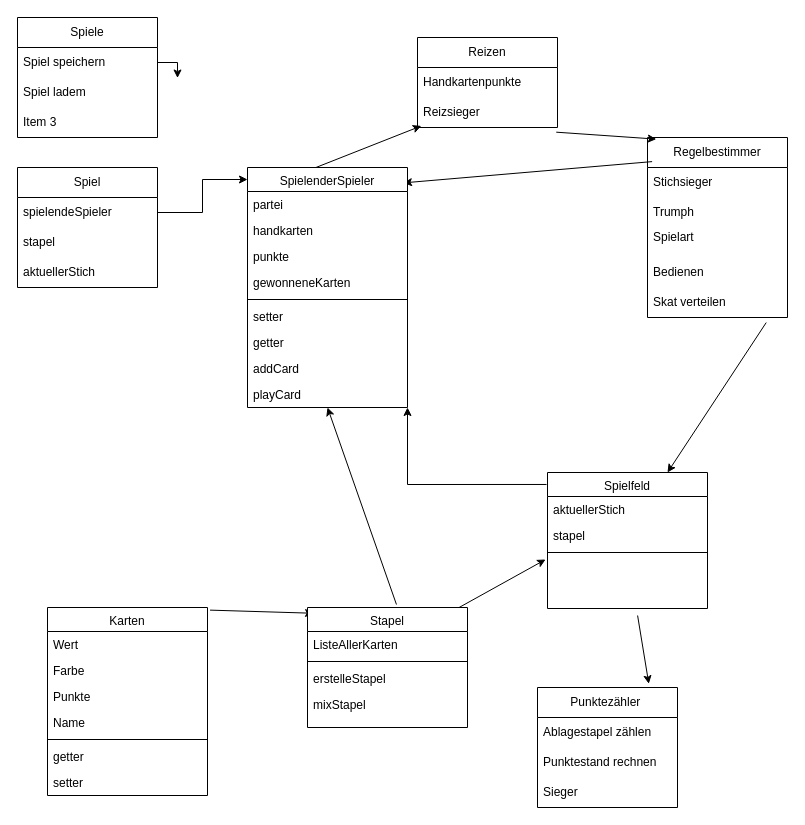
stefreschke/hwr-oop-project-template keeps this draw.io diagram as Struktur.drawio. Above is the earlier version. Source tidied: cells renumbered, new cells numbered last; positions are measured from the earlier drawing's top-left corner, leaving out a move shared by most shapes. Both pictures are drawn from the tidied source at 100%, with x=0, y=0 at pixel (17, 17).
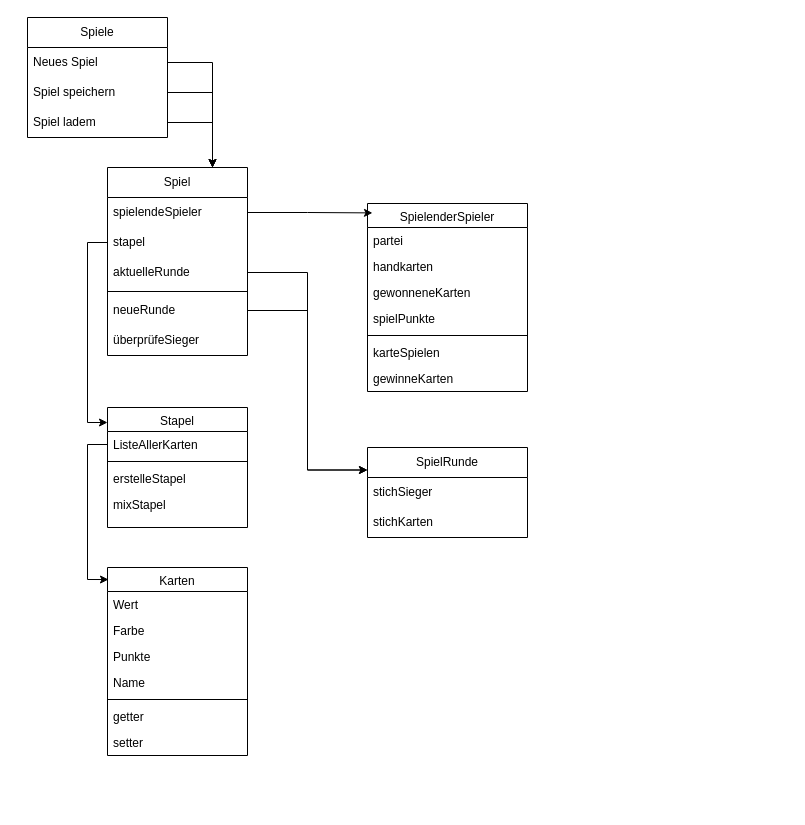
After the change.

Commit message:
Neu Organisiert, ins Deutsche übersetzt

The change refers to these unchanged cells:
```xml
<mxCell id="57" value="&lt;div&gt;spielendeSpieler&lt;/div&gt;" style="text;strokeColor=none;fillColor=none;align=left;verticalAlign=middle;spacingLeft=4;spacingRight=4;overflow=hidden;points=[[0,0.5],[1,0.5]];portConstraint=eastwest;whiteSpace=wrap;html=1;" parent="56" vertex="1">
  <mxGeometry y="30" width="140" height="30" as="geometry" />
</mxCell>
<mxCell id="58" value="stapel" style="text;strokeColor=none;fillColor=none;align=left;verticalAlign=middle;spacingLeft=4;spacingRight=4;overflow=hidden;points=[[0,0.5],[1,0.5]];portConstraint=eastwest;whiteSpace=wrap;html=1;" parent="56" vertex="1">
  <mxGeometry y="60" width="140" height="30" as="geometry" />
</mxCell>
```

Diff of the diagram source:
```diff
@@
     <mxCell id="2" value="Karten" style="swimlane;fontStyle=0;align=center;verticalAlign=top;horizontal=1;startSize=24;rounded=0;shadow=0;strokeWidth=1;" parent="1" vertex="1">
-      <mxGeometry x="30" y="590" width="160" height="188" as="geometry" />
+      <mxGeometry x="90" y="550" width="140" height="188" as="geometry" />
     </mxCell>
     <mxCell id="3" value="Wert" style="text;align=left;verticalAlign=top;spacingLeft=4;spacingRight=4;overflow=hidden;" parent="2" vertex="1">
-      <mxGeometry y="24" width="160" height="26" as="geometry" />
+      <mxGeometry y="24" width="140" height="26" as="geometry" />
     </mxCell>
     <mxCell id="4" value="Farbe" style="text;align=left;verticalAlign=top;spacingLeft=4;spacingRight=4;overflow=hidden;rounded=0;shadow=0;html=0;" parent="2" vertex="1">
-      <mxGeometry y="50" width="160" height="26" as="geometry" />
+      <mxGeometry y="50" width="140" height="26" as="geometry" />
     </mxCell>
     <mxCell id="5" value="Punkte" style="text;align=left;verticalAlign=top;spacingLeft=4;spacingRight=4;overflow=hidden;rounded=0;shadow=0;html=0;" parent="2" vertex="1">
-      <mxGeometry y="76" width="160" height="26" as="geometry" />
+      <mxGeometry y="76" width="140" height="26" as="geometry" />
     </mxCell>
     <mxCell id="6" value="Name" style="text;align=left;verticalAlign=top;spacingLeft=4;spacingRight=4;overflow=hidden;rounded=0;shadow=0;html=0;" parent="2" vertex="1">
-      <mxGeometry y="102" width="160" height="26" as="geometry" />
+      <mxGeometry y="102" width="140" height="26" as="geometry" />
     </mxCell>
     <mxCell id="7" style="line;html=1;strokeWidth=1;align=left;verticalAlign=middle;spacingTop=-1;spacingLeft=3;spacingRight=3;labelPosition=right;" parent="2" vertex="1">
-      <mxGeometry y="128" width="160" height="8" as="geometry" />
+      <mxGeometry y="128" width="140" height="8" as="geometry" />
     </mxCell>
     <mxCell id="8" value="getter" style="text;align=left;verticalAlign=top;spacingLeft=4;spacingRight=4;overflow=hidden;" parent="2" vertex="1">
-      <mxGeometry y="136" width="160" height="26" as="geometry" />
+      <mxGeometry y="136" width="140" height="26" as="geometry" />
     </mxCell>
     <mxCell id="9" value="setter" style="text;align=left;verticalAlign=top;spacingLeft=4;spacingRight=4;overflow=hidden;" parent="2" vertex="1">
-      <mxGeometry y="162" width="160" height="26" as="geometry" />
+      <mxGeometry y="162" width="140" height="26" as="geometry" />
     </mxCell>
-    <mxCell id="10" style="edgeStyle=orthogonalEdgeStyle;rounded=0;jettySize=auto;html=1;entryX=1;entryY=1;entryDx=0;entryDy=0;exitX=-0.006;exitY=0.088;exitDx=0;exitDy=0;exitPerimeter=0;" parent="1" edge="1" source="52" target="42">
-      <mxGeometry relative="1" as="geometry" />
-    </mxCell>
-    <mxCell id="11" value="Punktezähler&amp;nbsp;" style="swimlane;fontStyle=0;horizontal=1;startSize=30;whiteSpace=wrap;html=1;" parent="1" vertex="1">
-      <mxGeometry x="520" y="670" width="140" height="120" as="geometry" />
-    </mxCell>
-    <mxCell id="12" value="Ablagestapel zählen" style="text;strokeColor=none;fillColor=none;align=left;verticalAlign=middle;spacingLeft=4;spacingRight=4;overflow=hidden;whiteSpace=wrap;html=1;" parent="11" vertex="1">
-      <mxGeometry y="30" width="140" height="30" as="geometry" />
-    </mxCell>
-    <mxCell id="13" value="Punktestand rechnen" style="text;strokeColor=none;fillColor=none;align=left;verticalAlign=middle;spacingLeft=4;spacingRight=4;overflow=hidden;whiteSpace=wrap;html=1;" parent="11" vertex="1">
-      <mxGeometry y="60" width="140" height="30" as="geometry" />
-    </mxCell>
-    <mxCell id="14" value="Sieger" style="text;strokeColor=none;fillColor=none;align=left;verticalAlign=middle;spacingLeft=4;spacingRight=4;overflow=hidden;whiteSpace=wrap;html=1;" parent="11" vertex="1">
-      <mxGeometry y="90" width="140" height="30" as="geometry" />
-    </mxCell>
-    <mxCell id="15" value="Regelbestimmer" style="swimlane;fontStyle=0;horizontal=1;startSize=30;whiteSpace=wrap;html=1;" parent="1" vertex="1">
-      <mxGeometry x="630" y="120" width="140" height="180" as="geometry" />
-    </mxCell>
-    <mxCell id="16" value="Stichsieger" style="text;strokeColor=none;fillColor=none;align=left;verticalAlign=middle;spacingLeft=4;spacingRight=4;overflow=hidden;whiteSpace=wrap;html=1;" parent="15" vertex="1">
-      <mxGeometry y="30" width="140" height="30" as="geometry" />
-    </mxCell>
-    <mxCell id="17" value="Trumph" style="text;strokeColor=none;fillColor=none;align=left;verticalAlign=middle;spacingLeft=4;spacingRight=4;overflow=hidden;whiteSpace=wrap;html=1;" parent="15" vertex="1">
-      <mxGeometry y="60" width="140" height="30" as="geometry" />
-    </mxCell>
-    <mxCell id="18" value="Spielart&lt;div&gt;&lt;br&gt;&lt;/div&gt;" style="text;strokeColor=none;fillColor=none;align=left;verticalAlign=middle;spacingLeft=4;spacingRight=4;overflow=hidden;whiteSpace=wrap;html=1;" parent="15" vertex="1">
-      <mxGeometry y="90" width="140" height="30" as="geometry" />
-    </mxCell>
-    <mxCell id="19" value="Bedienen" style="text;strokeColor=none;fillColor=none;align=left;verticalAlign=middle;spacingLeft=4;spacingRight=4;overflow=hidden;whiteSpace=wrap;html=1;" parent="15" vertex="1">
-      <mxGeometry y="120" width="140" height="30" as="geometry" />
-    </mxCell>
-    <mxCell id="20" value="Skat verteilen" style="text;strokeColor=none;fillColor=none;align=left;verticalAlign=middle;spacingLeft=4;spacingRight=4;overflow=hidden;points=[[0,0.5],[1,0.5]];portConstraint=eastwest;whiteSpace=wrap;html=1;" parent="15" vertex="1">
-      <mxGeometry y="150" width="140" height="30" as="geometry" />
-    </mxCell>
-    <mxCell id="21" value="Reizen" style="swimlane;fontStyle=0;horizontal=1;startSize=30;whiteSpace=wrap;html=1;" parent="1" vertex="1">
-      <mxGeometry x="400" y="20" width="140" height="90" as="geometry" />
-    </mxCell>
-    <mxCell id="22" value="Handkartenpunkte" style="text;strokeColor=none;fillColor=none;align=left;verticalAlign=middle;spacingLeft=4;spacingRight=4;overflow=hidden;whiteSpace=wrap;html=1;" parent="21" vertex="1">
-      <mxGeometry y="30" width="140" height="30" as="geometry" />
-    </mxCell>
-    <mxCell id="23" value="Reizsieger" style="text;strokeColor=none;fillColor=none;align=left;verticalAlign=middle;spacingLeft=4;spacingRight=4;overflow=hidden;points=[[0,0.5],[1,0.5]];portConstraint=eastwest;whiteSpace=wrap;html=1;" parent="21" vertex="1">
-      <mxGeometry y="60" width="140" height="30" as="geometry" />
-    </mxCell>
-    <mxCell id="24" style="endArrow=classic;html=1;rounded=0;exitX=1.016;exitY=0.014;exitDx=0;exitDy=0;exitPerimeter=0;entryX=0.038;entryY=0.048;entryDx=0;entryDy=0;entryPerimeter=0;" parent="1" edge="1" source="2" target="37">
-      <mxGeometry relative="1" as="geometry" />
-    </mxCell>
-    <mxCell id="25" style="endArrow=classic;html=1;rounded=0;exitX=0.556;exitY=-0.025;exitDx=0;exitDy=0;exitPerimeter=0;entryX=0.5;entryY=1;entryDx=0;entryDy=0;" parent="1" edge="1" source="37" target="42">
-      <mxGeometry relative="1" as="geometry" />
-    </mxCell>
-    <mxCell id="26" style="endArrow=classic;html=1;rounded=0;exitX=0.869;exitY=0.058;exitDx=0;exitDy=0;exitPerimeter=0;entryX=-0.012;entryY=0.115;entryDx=0;entryDy=0;entryPerimeter=0;" parent="1" edge="1" source="37">
-      <mxGeometry relative="1" as="geometry">
-        <mxPoint x="528.1" y="542" as="targetPoint" />
-      </mxGeometry>
-    </mxCell>
-    <mxCell id="27" style="endArrow=classic;html=1;rounded=0;entryX=0.795;entryY=-0.031;entryDx=0;entryDy=0;entryPerimeter=0;exitX=0.563;exitY=1.269;exitDx=0;exitDy=0;exitPerimeter=0;" parent="1" edge="1" target="11">
-      <mxGeometry relative="1" as="geometry">
-        <mxPoint x="620.1" y="598" as="sourcePoint" />
-      </mxGeometry>
-    </mxCell>
-    <mxCell id="28" style="endArrow=classic;html=1;rounded=0;entryX=0.027;entryY=0.947;entryDx=0;entryDy=0;entryPerimeter=0;exitX=0.325;exitY=0.027;exitDx=0;exitDy=0;exitPerimeter=0;" parent="1" edge="1" source="42" target="23">
-      <mxGeometry relative="1" as="geometry" />
-    </mxCell>
-    <mxCell id="29" style="endArrow=classic;html=1;rounded=0;exitX=0.848;exitY=1.169;exitDx=0;exitDy=0;exitPerimeter=0;entryX=0.75;entryY=0;entryDx=0;entryDy=0;" parent="1" edge="1" source="20" target="52">
-      <mxGeometry relative="1" as="geometry" />
-    </mxCell>
-    <mxCell id="30" style="endArrow=classic;html=1;rounded=0;exitX=0.033;exitY=0.134;exitDx=0;exitDy=0;exitPerimeter=0;entryX=0.975;entryY=0.064;entryDx=0;entryDy=0;entryPerimeter=0;" parent="1" edge="1" source="15" target="42">
-      <mxGeometry relative="1" as="geometry" />
-    </mxCell>
-    <mxCell id="31" style="endArrow=classic;html=1;rounded=0;entryX=0.063;entryY=0.009;entryDx=0;entryDy=0;entryPerimeter=0;exitX=0.991;exitY=1.156;exitDx=0;exitDy=0;exitPerimeter=0;" parent="1" edge="1" source="23" target="15">
-      <mxGeometry relative="1" as="geometry" />
-    </mxCell>
     <mxCell id="32" value="Spiele" style="swimlane;fontStyle=0;horizontal=1;startSize=30;whiteSpace=wrap;html=1;" parent="1" vertex="1">
-      <mxGeometry width="140" height="120" as="geometry" />
+      <mxGeometry x="10" width="140" height="120" as="geometry" />
     </mxCell>
-    <mxCell id="33" style="edgeStyle=orthogonalEdgeStyle;rounded=0;jettySize=auto;html=1;" parent="32" edge="1" source="34">
-      <mxGeometry relative="1" as="geometry">
-        <mxPoint x="160" y="60" as="targetPoint" />
-      </mxGeometry>
-    </mxCell>
+    <mxCell id="61" value="Neues Spiel" style="text;strokeColor=none;fillColor=none;align=left;verticalAlign=middle;spacingLeft=4;spacingRight=4;overflow=hidden;points=[[0,0.5],[1,0.5]];portConstraint=eastwest;whiteSpace=wrap;html=1;" parent="32" vertex="1">
+      <mxGeometry y="30" width="140" height="30" as="geometry" />
+    </mxCell>
     <mxCell id="34" value="Spiel speichern" style="text;strokeColor=none;fillColor=none;align=left;verticalAlign=middle;spacingLeft=4;spacingRight=4;overflow=hidden;points=[[0,0.5],[1,0.5]];portConstraint=eastwest;whiteSpace=wrap;html=1;" parent="32" vertex="1">
-      <mxGeometry y="30" width="140" height="30" as="geometry" />
+      <mxGeometry y="60" width="140" height="30" as="geometry" />
     </mxCell>
     <mxCell id="35" value="Spiel ladem" style="text;strokeColor=none;fillColor=none;align=left;verticalAlign=middle;spacingLeft=4;spacingRight=4;overflow=hidden;points=[[0,0.5],[1,0.5]];portConstraint=eastwest;whiteSpace=wrap;html=1;" parent="32" vertex="1">
-      <mxGeometry y="60" width="140" height="30" as="geometry" />
+      <mxGeometry y="90" width="140" height="30" as="geometry" />
     </mxCell>
-    <mxCell id="36" value="Item 3" style="text;strokeColor=none;fillColor=none;align=left;verticalAlign=middle;spacingLeft=4;spacingRight=4;overflow=hidden;whiteSpace=wrap;html=1;" parent="32" vertex="1">
-      <mxGeometry y="90" width="140" height="30" as="geometry" />
-    </mxCell>
     <mxCell id="37" value="Stapel" style="swimlane;fontStyle=0;align=center;verticalAlign=top;horizontal=1;startSize=24;rounded=0;shadow=0;strokeWidth=1;" parent="1" vertex="1">
-      <mxGeometry x="290" y="590" width="160" height="120" as="geometry" />
+      <mxGeometry x="90" y="390" width="140" height="120" as="geometry" />
     </mxCell>
     <mxCell id="38" value="ListeAllerKarten" style="text;align=left;verticalAlign=top;spacingLeft=4;spacingRight=4;overflow=hidden;points=[[0,0.5],[1,0.5]];portConstraint=eastwest;" parent="37" vertex="1">
-      <mxGeometry y="24" width="160" height="26" as="geometry" />
+      <mxGeometry y="24" width="140" height="26" as="geometry" />
     </mxCell>
     <mxCell id="39" style="line;html=1;strokeWidth=1;align=left;verticalAlign=middle;spacingTop=-1;spacingLeft=3;spacingRight=3;labelPosition=right;" parent="37" vertex="1">
-      <mxGeometry y="50" width="160" height="8" as="geometry" />
+      <mxGeometry y="50" width="140" height="8" as="geometry" />
     </mxCell>
     <mxCell id="40" value="erstelleStapel" style="text;align=left;verticalAlign=top;spacingLeft=4;spacingRight=4;overflow=hidden;" parent="37" vertex="1">
-      <mxGeometry y="58" width="160" height="26" as="geometry" />
+      <mxGeometry y="58" width="140" height="26" as="geometry" />
     </mxCell>
     <mxCell id="41" value="mixStapel" style="text;align=left;verticalAlign=top;spacingLeft=4;spacingRight=4;overflow=hidden;" parent="37" vertex="1">
-      <mxGeometry y="84" width="160" height="26" as="geometry" />
+      <mxGeometry y="84" width="140" height="26" as="geometry" />
     </mxCell>
     <mxCell id="42" value="SpielenderSpieler" style="swimlane;fontStyle=0;align=center;verticalAlign=top;horizontal=1;startSize=24;rounded=0;shadow=0;strokeWidth=1;" parent="1" vertex="1">
-      <mxGeometry x="230" y="150" width="160" height="240" as="geometry" />
+      <mxGeometry x="350" y="186" width="160" height="188" as="geometry" />
     </mxCell>
@@
-    <mxCell id="45" value="punkte" style="text;align=left;verticalAlign=top;spacingLeft=4;spacingRight=4;overflow=hidden;rounded=0;shadow=0;html=0;" parent="42" vertex="1">
+    <mxCell id="45" value="gewonneneKarten" style="text;align=left;verticalAlign=top;spacingLeft=4;spacingRight=4;overflow=hidden;rounded=0;shadow=0;html=0;" parent="42" vertex="1">
       <mxGeometry y="76" width="160" height="26" as="geometry" />
     </mxCell>
-    <mxCell id="46" value="gewonneneKarten" style="text;align=left;verticalAlign=top;spacingLeft=4;spacingRight=4;overflow=hidden;rounded=0;shadow=0;html=0;" parent="42" vertex="1">
+    <mxCell id="46" value="spielPunkte" style="text;align=left;verticalAlign=top;spacingLeft=4;spacingRight=4;overflow=hidden;rounded=0;shadow=0;html=0;" parent="42" vertex="1">
       <mxGeometry y="102" width="160" height="26" as="geometry" />
     </mxCell>
@@
-    <mxCell id="48" value="setter" style="text;align=left;verticalAlign=top;spacingLeft=4;spacingRight=4;overflow=hidden;" parent="42" vertex="1">
-      <mxGeometry y="136" width="160" height="26" as="geometry" />
-    </mxCell>
-    <mxCell id="49" value="getter" style="text;align=left;verticalAlign=top;spacingLeft=4;spacingRight=4;overflow=hidden;" parent="42" vertex="1">
-      <mxGeometry y="162" width="160" height="26" as="geometry" />
-    </mxCell>
-    <mxCell id="50" value="addCard" style="text;align=left;verticalAlign=top;spacingLeft=4;spacingRight=4;overflow=hidden;" parent="42" vertex="1">
-      <mxGeometry y="188" width="160" height="26" as="geometry" />
+    <mxCell id="50" value="karteSpielen" style="text;align=left;verticalAlign=top;spacingLeft=4;spacingRight=4;overflow=hidden;" parent="42" vertex="1">
+      <mxGeometry y="136" width="160" height="26" as="geometry" />
     </mxCell>
-    <mxCell id="51" value="playCard" style="text;align=left;verticalAlign=top;spacingLeft=4;spacingRight=4;overflow=hidden;" parent="42" vertex="1">
-      <mxGeometry y="214" width="160" height="26" as="geometry" />
-    </mxCell>
-    <mxCell id="52" value="Spielfeld" style="swimlane;fontStyle=0;align=center;verticalAlign=top;horizontal=1;startSize=24;rounded=0;shadow=0;strokeWidth=1;" parent="1" vertex="1">
-      <mxGeometry x="530" y="455" width="160" height="136" as="geometry" />
-    </mxCell>
-    <mxCell id="53" value="aktuellerStich" style="text;align=left;verticalAlign=top;spacingLeft=4;spacingRight=4;overflow=hidden;" parent="52" vertex="1">
-      <mxGeometry y="24" width="160" height="26" as="geometry" />
-    </mxCell>
-    <mxCell id="54" value="stapel" style="text;align=left;verticalAlign=top;spacingLeft=4;spacingRight=4;overflow=hidden;" parent="52" vertex="1">
-      <mxGeometry y="50" width="160" height="26" as="geometry" />
-    </mxCell>
-    <mxCell id="55" style="line;html=1;strokeWidth=1;align=left;verticalAlign=middle;spacingTop=-1;spacingLeft=3;spacingRight=3;labelPosition=right;" parent="52" vertex="1">
-      <mxGeometry y="76" width="160" height="8" as="geometry" />
-    </mxCell>
+    <mxCell id="62" value="gewinneKarten" style="text;align=left;verticalAlign=top;spacingLeft=4;spacingRight=4;overflow=hidden;rounded=0;shadow=0;html=0;" parent="42" vertex="1">
+      <mxGeometry y="162" width="160" height="26" as="geometry" />
+    </mxCell>
     <mxCell id="56" value="Spiel" style="swimlane;fontStyle=0;horizontal=1;startSize=30;whiteSpace=wrap;html=1;" parent="1" vertex="1">
-      <mxGeometry y="150" width="140" height="120" as="geometry" />
+      <mxGeometry x="90" y="150" width="140" height="188" as="geometry" />
     </mxCell>
@@
-    <mxCell id="59" value="aktuellerStich" style="text;strokeColor=none;fillColor=none;align=left;verticalAlign=middle;spacingLeft=4;spacingRight=4;overflow=hidden;whiteSpace=wrap;html=1;" parent="56" vertex="1">
-      <mxGeometry y="90" width="140" height="30" as="geometry" />
-    </mxCell>
+    <mxCell id="63" value="aktuelleRunde" style="text;strokeColor=none;fillColor=none;align=left;verticalAlign=middle;spacingLeft=4;spacingRight=4;overflow=hidden;points=[[0,0.5],[1,0.5]];portConstraint=eastwest;whiteSpace=wrap;html=1;" parent="56" vertex="1">
+      <mxGeometry y="90" width="140" height="30" as="geometry" />
+    </mxCell>
+    <mxCell id="64" style="line;html=1;strokeWidth=1;align=left;verticalAlign=middle;spacingTop=-1;spacingLeft=3;spacingRight=3;labelPosition=right;" parent="56" vertex="1">
+      <mxGeometry y="120" width="140" height="8" as="geometry" />
+    </mxCell>
+    <mxCell id="65" value="neueRunde" style="text;strokeColor=none;fillColor=none;align=left;verticalAlign=middle;spacingLeft=4;spacingRight=4;overflow=hidden;points=[[0,0.5],[1,0.5]];portConstraint=eastwest;whiteSpace=wrap;html=1;" parent="56" vertex="1">
+      <mxGeometry y="128" width="140" height="30" as="geometry" />
+    </mxCell>
+    <mxCell id="66" value="überprüfeSieger" style="text;strokeColor=none;fillColor=none;align=left;verticalAlign=middle;spacingLeft=4;spacingRight=4;overflow=hidden;whiteSpace=wrap;html=1;" parent="56" vertex="1">
+      <mxGeometry y="158" width="140" height="30" as="geometry" />
+    </mxCell>
-    <mxCell id="60" style="edgeStyle=orthogonalEdgeStyle;rounded=0;jettySize=auto;html=1;entryX=0;entryY=0.05;entryDx=0;entryDy=0;entryPerimeter=0;" parent="1" edge="1" source="57" target="42">
+    <mxCell id="60" style="edgeStyle=orthogonalEdgeStyle;rounded=0;jettySize=auto;html=1;entryX=0.031;entryY=0.05;entryDx=0;entryDy=0;entryPerimeter=0;" parent="1" edge="1" source="57" target="42">
       <mxGeometry relative="1" as="geometry" />
     </mxCell>
+    <mxCell id="67" style="edgeStyle=orthogonalEdgeStyle;rounded=0;jettySize=auto;html=1;exitX=1;exitY=0.5;exitDx=0;exitDy=0;entryX=0.75;entryY=0;entryDx=0;entryDy=0;" parent="1" edge="1" source="34" target="56">
+      <mxGeometry relative="1" as="geometry" />
+    </mxCell>
+    <mxCell id="68" style="edgeStyle=orthogonalEdgeStyle;rounded=0;jettySize=auto;html=1;exitX=0;exitY=0.5;exitDx=0;exitDy=0;entryX=0;entryY=0.125;entryDx=0;entryDy=0;entryPerimeter=0;" parent="1" edge="1" source="58" target="37">
+      <mxGeometry relative="1" as="geometry" />
+    </mxCell>
+    <mxCell id="69" style="edgeStyle=orthogonalEdgeStyle;rounded=0;jettySize=auto;html=1;exitX=0;exitY=0.5;exitDx=0;exitDy=0;entryX=0.007;entryY=0.064;entryDx=0;entryDy=0;entryPerimeter=0;" parent="1" edge="1" source="38" target="2">
+      <mxGeometry relative="1" as="geometry" />
+    </mxCell>
+    <mxCell id="70" value="SpielRunde" style="swimlane;fontStyle=0;horizontal=1;startSize=30;whiteSpace=wrap;html=1;" parent="1" vertex="1">
+      <mxGeometry x="350" y="430" width="160" height="90" as="geometry" />
+    </mxCell>
+    <mxCell id="71" value="stichSieger" style="text;strokeColor=none;fillColor=none;align=left;verticalAlign=middle;spacingLeft=4;spacingRight=4;overflow=hidden;whiteSpace=wrap;html=1;" parent="70" vertex="1">
+      <mxGeometry y="30" width="160" height="30" as="geometry" />
+    </mxCell>
+    <mxCell id="72" value="stichKarten" style="text;strokeColor=none;fillColor=none;align=left;verticalAlign=middle;spacingLeft=4;spacingRight=4;overflow=hidden;whiteSpace=wrap;html=1;" parent="70" vertex="1">
+      <mxGeometry y="60" width="160" height="30" as="geometry" />
+    </mxCell>
+    <mxCell id="73" style="edgeStyle=orthogonalEdgeStyle;rounded=0;jettySize=auto;html=1;entryX=0;entryY=0.25;entryDx=0;entryDy=0;" parent="1" edge="1" source="63" target="70">
+      <mxGeometry relative="1" as="geometry" />
+    </mxCell>
+    <mxCell id="74" style="edgeStyle=orthogonalEdgeStyle;rounded=0;jettySize=auto;html=1;entryX=0;entryY=0.25;entryDx=0;entryDy=0;" parent="1" edge="1" source="65" target="70">
+      <mxGeometry relative="1" as="geometry" />
+    </mxCell>
+    <mxCell id="75" style="edgeStyle=orthogonalEdgeStyle;rounded=0;jettySize=auto;html=1;entryX=0.75;entryY=0;entryDx=0;entryDy=0;" parent="1" edge="1" source="35" target="56">
+      <mxGeometry relative="1" as="geometry" />
+    </mxCell>
+    <mxCell id="76" style="edgeStyle=orthogonalEdgeStyle;rounded=0;jettySize=auto;html=1;entryX=0.75;entryY=0;entryDx=0;entryDy=0;" parent="1" edge="1" source="61" target="56">
+      <mxGeometry relative="1" as="geometry" />
+    </mxCell>
```
